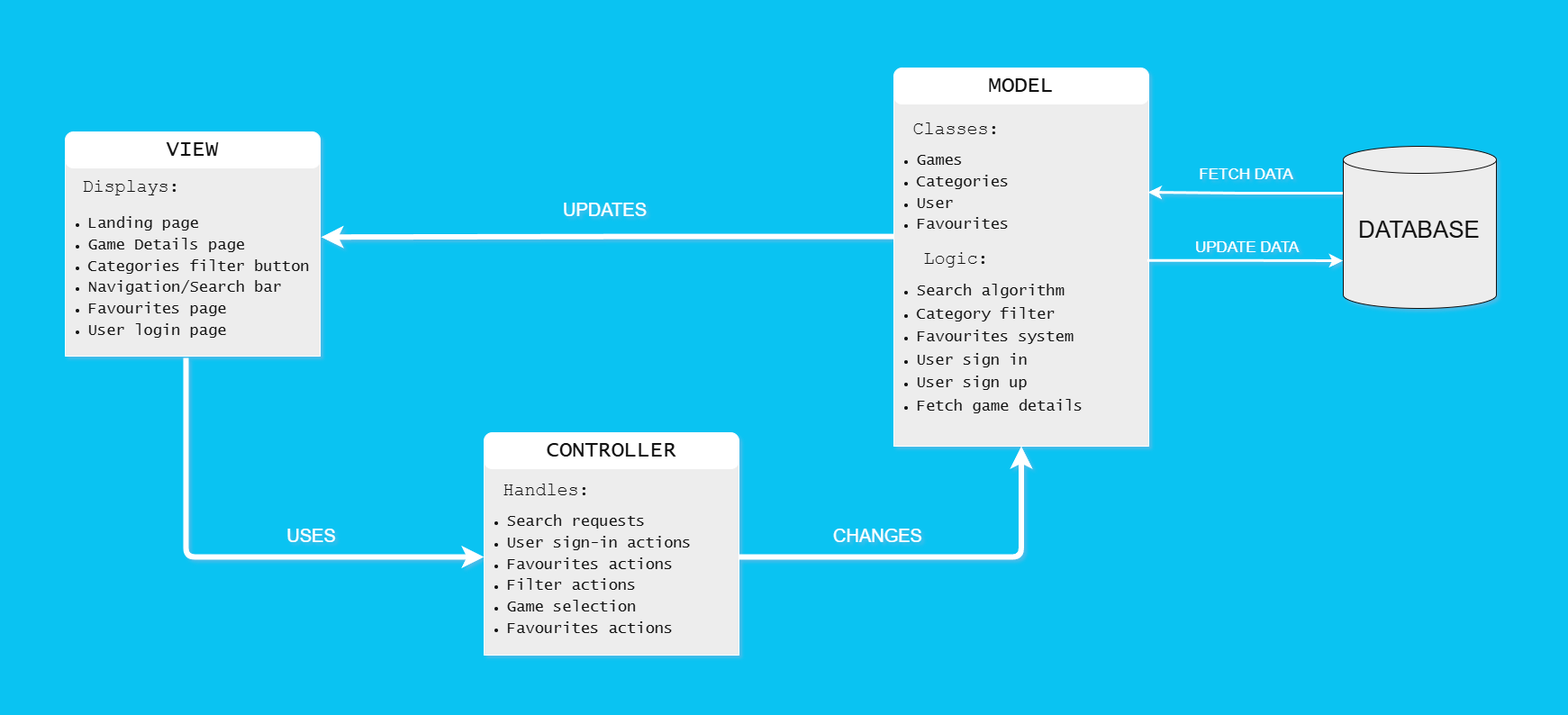
The draw.io diagram docs/assets/SystemArch.png in Vixen-codes/group-11, before a commit. Source tidied: cells renumbered, new cells last; positions are measured from the earlier drawing's top-left corner, leaving out a move shared by most shapes.
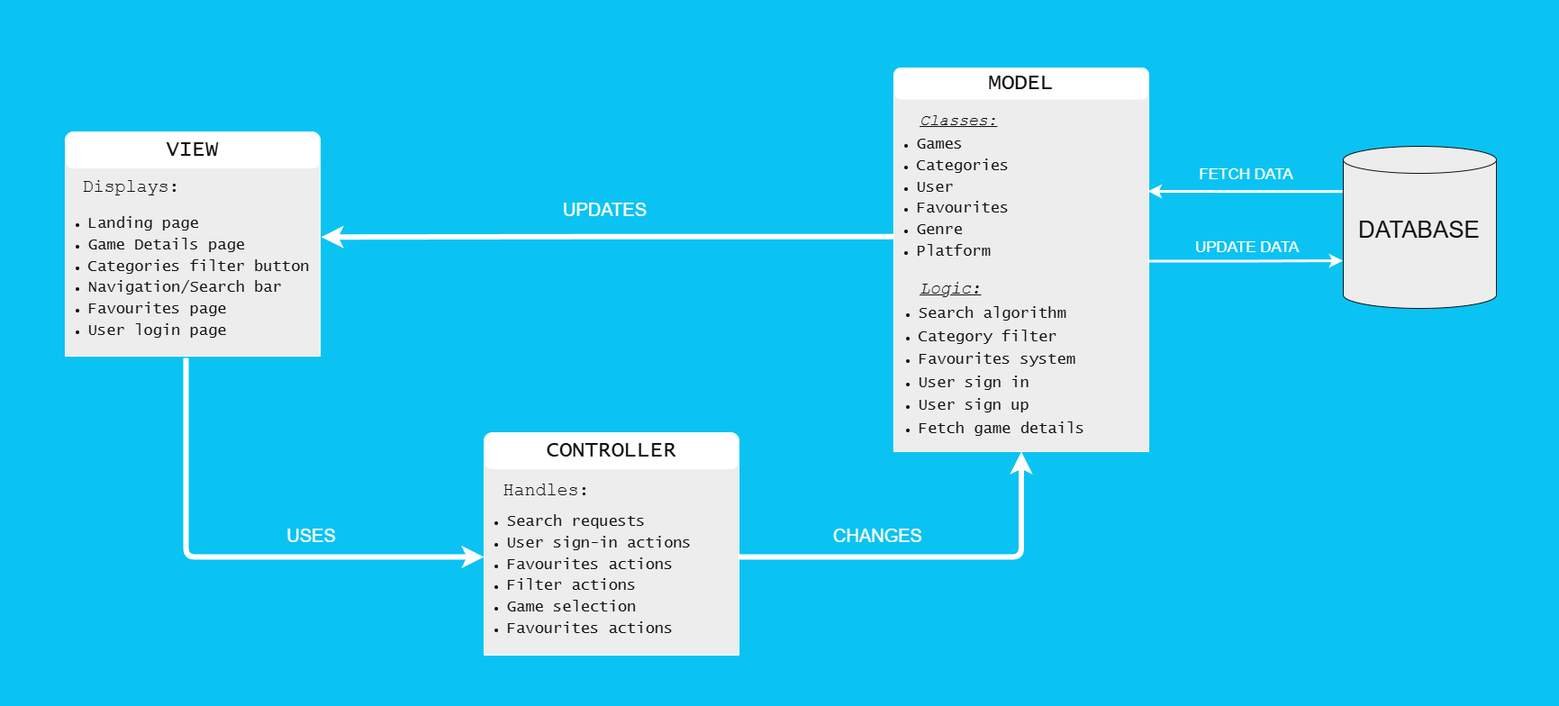
Later version of the same file.

Commit message:
Replace SystemArch.png to feature updated UML

Diff of the diagram source:
```diff
@@ -2,6 +2,9 @@
   <root>
     <mxCell id="0" />
     <mxCell id="1" parent="0" />
+    <mxCell id="32" style="rounded=1;whiteSpace=wrap;html=1;fillColor=none;strokeColor=none;" parent="1" vertex="1">
+      <mxGeometry width="1730" height="783" as="geometry" />
+    </mxCell>
     <mxCell id="2" style="group;" parent="1" vertex="1">
       <mxGeometry x="521" y="480" width="299" height="247" as="geometry" />
     </mxCell>
@@ -18,25 +21,25 @@
       <mxGeometry x="24" y="49" width="123" height="30" as="geometry" />
     </mxCell>
     <mxCell id="7" style="group;" parent="1" vertex="1">
-      <mxGeometry x="976" y="75" width="299" height="431" as="geometry" />
+      <mxGeometry x="976" y="75" width="299" height="426" as="geometry" />
     </mxCell>
     <mxCell id="8" style="rounded=1;whiteSpace=wrap;html=1;fillColor=#000000;arcSize=0;align=center;" parent="7" vertex="1">
-      <mxGeometry x="16" y="28" width="283" height="392" as="geometry" />
+      <mxGeometry x="16" y="24.1" width="283" height="401.9" as="geometry" />
     </mxCell>
-    <mxCell id="9" value="&lt;ul style=&quot;line-height: 140%;&quot;&gt;&lt;li&gt;&lt;font face=&quot;Lucida Console&quot;&gt;&lt;span style=&quot;font-size: 17px; line-height: 140%;&quot;&gt;Games&lt;/span&gt;&lt;/font&gt;&lt;/li&gt;&lt;li&gt;&lt;font face=&quot;Lucida Console&quot;&gt;&lt;span style=&quot;font-size: 17px; line-height: 140%;&quot;&gt;Categories&lt;/span&gt;&lt;/font&gt;&lt;/li&gt;&lt;li&gt;&lt;font face=&quot;Lucida Console&quot;&gt;&lt;span style=&quot;font-size: 17px; line-height: 140%;&quot;&gt;User&lt;/span&gt;&lt;/font&gt;&lt;/li&gt;&lt;li&gt;&lt;font face=&quot;Lucida Console&quot;&gt;&lt;span style=&quot;font-size: 17px; line-height: 140%;&quot;&gt;Favourites&lt;/span&gt;&lt;/font&gt;&lt;/li&gt;&lt;/ul&gt;" style="text;html=1;whiteSpace=wrap;strokeColor=none;fillColor=none;align=left;verticalAlign=top;rounded=0;fontColor=#FFFFFF;" parent="7" vertex="1">
-      <mxGeometry y="73" width="289" height="171" as="geometry" />
+    <mxCell id="9" value="&lt;ul style=&quot;line-height: 140%;&quot;&gt;&lt;li&gt;&lt;font face=&quot;Lucida Console&quot;&gt;&lt;span style=&quot;font-size: 17px; line-height: 140%;&quot;&gt;Games&lt;/span&gt;&lt;/font&gt;&lt;/li&gt;&lt;li&gt;&lt;font face=&quot;Lucida Console&quot;&gt;&lt;span style=&quot;font-size: 17px; line-height: 140%;&quot;&gt;Categories&lt;/span&gt;&lt;/font&gt;&lt;/li&gt;&lt;li&gt;&lt;font face=&quot;Lucida Console&quot;&gt;&lt;span style=&quot;font-size: 17px; line-height: 140%;&quot;&gt;User&lt;/span&gt;&lt;/font&gt;&lt;/li&gt;&lt;li&gt;&lt;font face=&quot;Lucida Console&quot;&gt;&lt;span style=&quot;font-size: 17px; line-height: 140%;&quot;&gt;Favourites&lt;/span&gt;&lt;/font&gt;&lt;/li&gt;&lt;li&gt;&lt;font face=&quot;Lucida Console&quot;&gt;&lt;span style=&quot;font-size: 17px; line-height: 140%;&quot;&gt;Genre&lt;/span&gt;&lt;/font&gt;&lt;/li&gt;&lt;li&gt;&lt;font face=&quot;Lucida Console&quot;&gt;&lt;span style=&quot;font-size: 17px; line-height: 140%;&quot;&gt;Platform&lt;/span&gt;&lt;/font&gt;&lt;/li&gt;&lt;/ul&gt;" style="text;html=1;whiteSpace=wrap;strokeColor=none;fillColor=none;align=left;verticalAlign=top;rounded=0;fontColor=#FFFFFF;" parent="7" vertex="1">
+      <mxGeometry y="54.8" width="289" height="147.2" as="geometry" />
     </mxCell>
-    <mxCell id="10" value="&lt;font style=&quot;font-size: 20px;&quot; face=&quot;Courier New&quot;&gt;Classes:&lt;/font&gt;" style="text;html=1;whiteSpace=wrap;strokeColor=none;fillColor=none;align=center;verticalAlign=middle;rounded=0;fontColor=#FFFFFF;" parent="7" vertex="1">
-      <mxGeometry x="24" y="53" width="123" height="30" as="geometry" />
+    <mxCell id="10" value="&lt;font face=&quot;Courier New&quot;&gt;Classes:&lt;/font&gt;" style="text;html=1;whiteSpace=wrap;strokeColor=none;fillColor=none;align=left;verticalAlign=middle;rounded=0;fontColor=#FFFFFF;fontStyle=6;fontSize=18;" parent="7" vertex="1">
+      <mxGeometry x="43" y="45.6" width="92" height="25.8" as="geometry" />
     </mxCell>
     <mxCell id="11" value="&lt;font style=&quot;font-size: 24px; color: rgb(255, 255, 255);&quot;&gt;MODEL&lt;/font&gt;" style="rounded=1;whiteSpace=wrap;html=1;fontFamily=Lucida Console;fillColor=light-dark(#FFFFFF,#FFFFFF);arcSize=23;" parent="7" vertex="1">
-      <mxGeometry x="16" width="283" height="40" as="geometry" />
+      <mxGeometry x="16" width="283" height="34.4" as="geometry" />
     </mxCell>
     <mxCell id="12" value="&lt;ul style=&quot;line-height: 150%;&quot;&gt;&lt;li&gt;&lt;font face=&quot;Lucida Console&quot;&gt;&lt;span style=&quot;font-size: 17px; line-height: 150%;&quot;&gt;Search algorithm&lt;br&gt;&lt;/span&gt;&lt;/font&gt;&lt;/li&gt;&lt;li&gt;&lt;font face=&quot;Lucida Console&quot;&gt;&lt;span style=&quot;font-size: 17px; line-height: 150%;&quot;&gt;Category filter&lt;/span&gt;&lt;/font&gt;&lt;/li&gt;&lt;li&gt;&lt;font face=&quot;Lucida Console&quot;&gt;&lt;span style=&quot;font-size: 17px; line-height: 150%;&quot;&gt;Favourites system&lt;/span&gt;&lt;/font&gt;&lt;/li&gt;&lt;li&gt;&lt;font face=&quot;Lucida Console&quot;&gt;&lt;span style=&quot;font-size: 17px; line-height: 150%;&quot;&gt;User sign in&lt;/span&gt;&lt;/font&gt;&lt;/li&gt;&lt;li&gt;&lt;font face=&quot;Lucida Console&quot;&gt;&lt;span style=&quot;font-size: 17px; line-height: 150%;&quot;&gt;User sign up&lt;/span&gt;&lt;/font&gt;&lt;/li&gt;&lt;li&gt;&lt;font face=&quot;Lucida Console&quot;&gt;&lt;span style=&quot;font-size: 17px; line-height: 150%;&quot;&gt;Fetch game details&lt;/span&gt;&lt;/font&gt;&lt;/li&gt;&lt;/ul&gt;" style="text;html=1;whiteSpace=wrap;strokeColor=none;fillColor=none;align=left;verticalAlign=top;rounded=0;fontColor=#FFFFFF;" parent="7" vertex="1">
-      <mxGeometry y="217" width="289" height="214" as="geometry" />
+      <mxGeometry x="2" y="242.3" width="289" height="184.2" as="geometry" />
     </mxCell>
-    <mxCell id="13" value="&lt;font style=&quot;font-size: 20px;&quot; face=&quot;Courier New&quot;&gt;Logic:&lt;/font&gt;" style="text;html=1;whiteSpace=wrap;strokeColor=none;fillColor=none;align=center;verticalAlign=middle;rounded=0;fontColor=#FFFFFF;" parent="7" vertex="1">
-      <mxGeometry x="24" y="197" width="123" height="30" as="geometry" />
+    <mxCell id="13" value="&lt;font face=&quot;Courier New&quot;&gt;Logic:&lt;/font&gt;" style="text;html=1;whiteSpace=wrap;strokeColor=none;fillColor=none;align=left;verticalAlign=middle;rounded=0;fontColor=#FFFFFF;fontSize=19;fontStyle=6;" parent="7" vertex="1">
+      <mxGeometry x="43" y="232.1" width="76" height="25.8" as="geometry" />
     </mxCell>
     <mxCell id="14" style="group;" parent="1" vertex="1">
       <mxGeometry x="56" y="146" width="300" height="251" as="geometry" />
@@ -74,7 +77,7 @@
     <mxCell id="25" style="edgeStyle=orthogonalEdgeStyle;rounded=0;jettySize=auto;html=1;exitX=0.996;exitY=0.475;exitDx=0;exitDy=0;entryX=0;entryY=0;entryDx=0;entryDy=127.5;entryPerimeter=0;exitPerimeter=0;strokeWidth=3;" parent="1" edge="1" source="8" target="23">
       <mxGeometry relative="1" as="geometry" />
     </mxCell>
-    <mxCell id="26" style="edgeStyle=orthogonalEdgeStyle;rounded=0;jettySize=auto;html=1;exitX=0;exitY=0;exitDx=0;exitDy=52.5;exitPerimeter=0;entryX=0.999;entryY=0.282;entryDx=0;entryDy=0;entryPerimeter=0;strokeWidth=3;" parent="1" edge="1" source="23" target="8">
+    <mxCell id="26" style="edgeStyle=orthogonalEdgeStyle;rounded=0;jettySize=auto;html=1;exitX=-0.002;exitY=0.281;exitDx=0;exitDy=0;exitPerimeter=0;entryX=0.999;entryY=0.282;entryDx=0;entryDy=0;entryPerimeter=0;strokeWidth=3;" parent="1" edge="1" source="23" target="8">
       <mxGeometry relative="1" as="geometry" />
     </mxCell>
     <mxCell id="27" value="&lt;font style=&quot;font-size: 17px;&quot;&gt;UPDATE DATA&lt;/font&gt;" style="text;html=1;whiteSpace=wrap;strokeColor=none;fillColor=none;align=center;verticalAlign=middle;rounded=0;" parent="1" vertex="1">
@@ -92,8 +95,5 @@
     <mxCell id="31" value="&lt;font style=&quot;font-size: 20px;&quot;&gt;UPDATES&lt;/font&gt;" style="text;html=1;whiteSpace=wrap;strokeColor=none;fillColor=none;align=center;verticalAlign=middle;rounded=0;" parent="1" vertex="1">
       <mxGeometry x="601" y="217" width="141" height="30" as="geometry" />
     </mxCell>
-    <mxCell id="32" style="rounded=1;whiteSpace=wrap;html=1;fillColor=none;strokeColor=none;" parent="1" vertex="1">
-      <mxGeometry width="1730" height="783" as="geometry" />
-    </mxCell>
   </root>
 </mxGraphModel>
```
